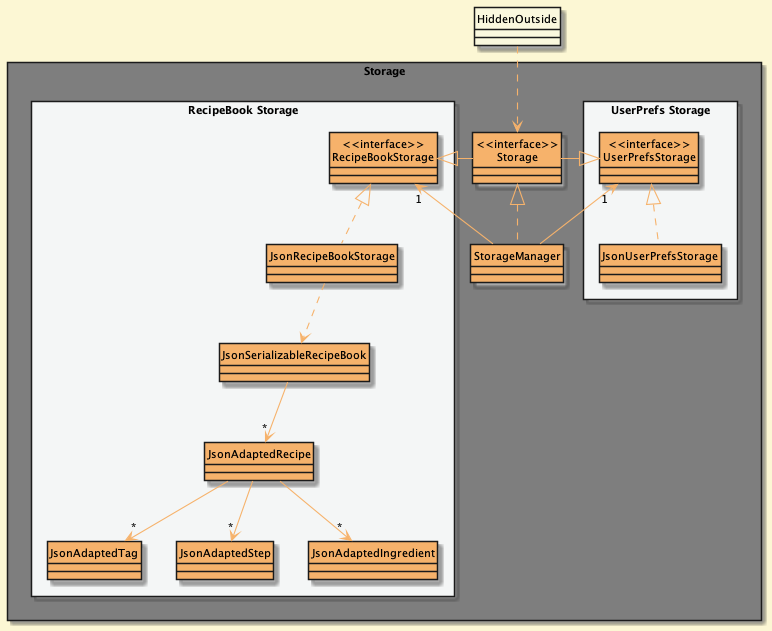
Earlier version of the PlantUML export docs/umlDiagrams/img/StorageClassDiagram.png (yusufaine/tp).
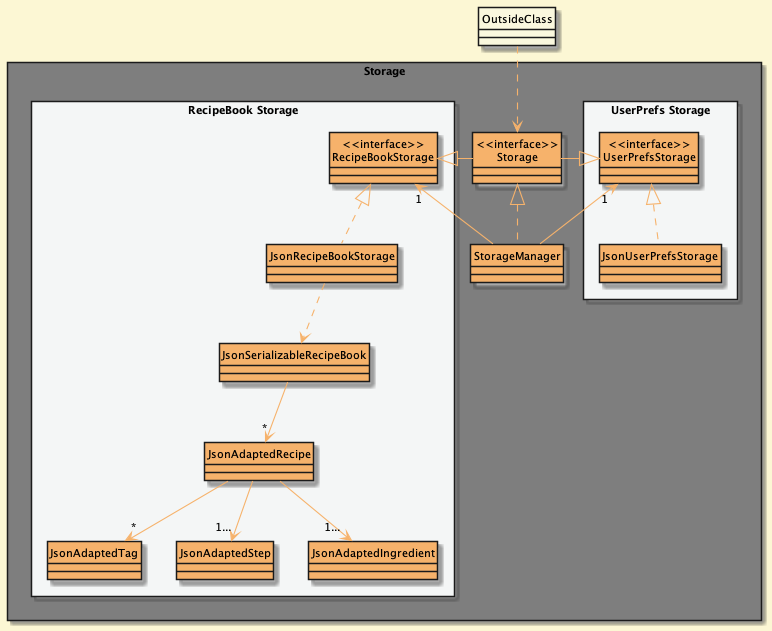
The same file after the commit.

Diff of the diagram source:
```diff
@@ -28,8 +28,8 @@
 
 }
 
-Class HiddenOutside #faf8de
-HiddenOutside ..> Storage
+Class OutsideClass #faf8de
+OutsideClass ..> Storage
 
 StorageManager .up.|> Storage
 StorageManager -up-> "1" UserPrefsStorage
@@ -43,7 +43,7 @@
 JsonRecipeBookStorage ..> JsonSerializableRecipeBook
 JsonSerializableRecipeBook --> "*" JsonAdaptedRecipe
 JsonAdaptedRecipe --> "*" JsonAdaptedTag
-JsonAdaptedRecipe --> "*" JsonAdaptedStep
-JsonAdaptedRecipe --> "*" JsonAdaptedIngredient
+JsonAdaptedRecipe --> "1..." JsonAdaptedStep
+JsonAdaptedRecipe --> "1..." JsonAdaptedIngredient
 
 @enduml
```
